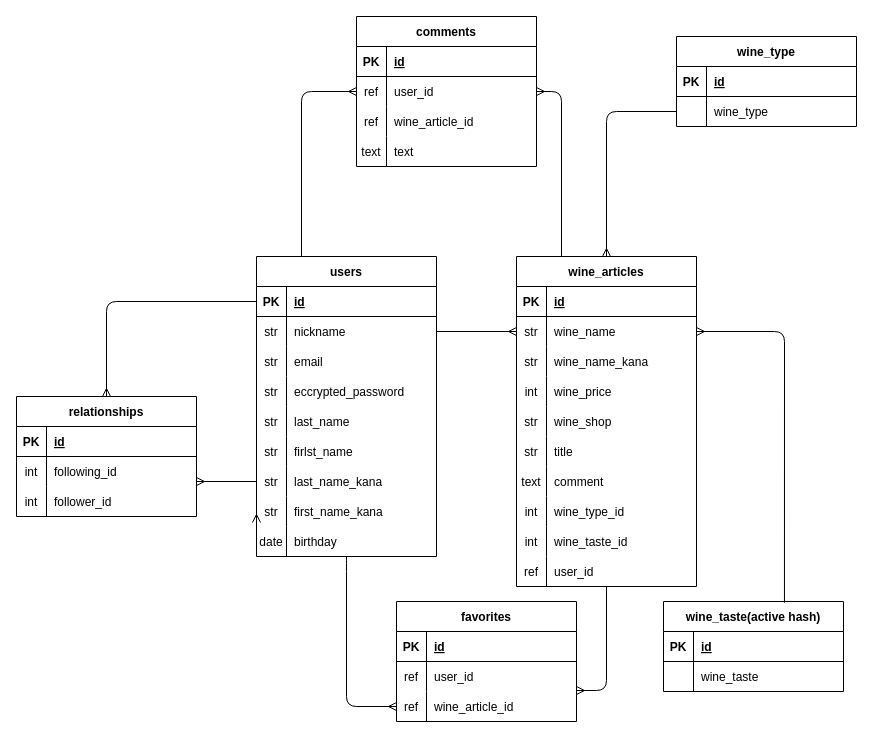
Before: app/views/wine-park-37082.dio in kzen23/wine-park-37082, a draw.io diagram. Source tidied: cells renumbered, new cells numbered last; positions are measured from the earlier drawing's top-left corner, leaving out a move shared by most shapes. Both pictures are drawn from the tidied source at 100%, with x=0, y=0 at pixel (16, 16).
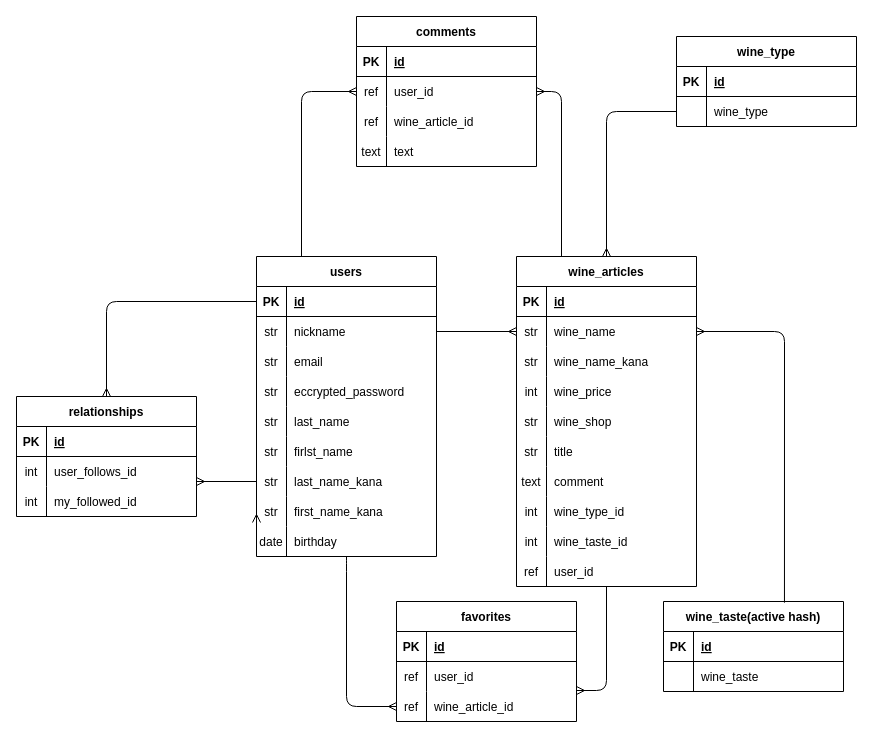
After the change.

Commit message (it also covers changes not shown here):
READ MEとER図の修正

・自分にとって分かりやすいと思うカラム名に変更。

Unchanged cells that the change refers to:
```xml
<mxCell id="37" style="shape=partialRectangle;fillColor=none;top=0;left=0;bottom=0;right=0;" parent="33" vertex="1">
  <mxGeometry y="60" width="180" height="30" as="geometry" />
</mxCell>
<mxCell id="40" style="shape=partialRectangle;fillColor=none;top=0;left=0;bottom=0;right=0;" parent="33" vertex="1">
  <mxGeometry y="90" width="180" height="30" as="geometry" />
</mxCell>
```

Diff of the diagram source:
```diff
@@
-    <mxCell id="39" value="following_id" style="shape=partialRectangle;fillColor=none;top=0;left=0;bottom=0;right=0;align=left;spacingLeft=6;overflow=hidden;" parent="37" vertex="1">
+    <mxCell id="39" value="user_follows_id" style="shape=partialRectangle;fillColor=none;top=0;left=0;bottom=0;right=0;align=left;spacingLeft=6;overflow=hidden;" parent="37" vertex="1">
       <mxGeometry x="30" width="150" height="30" as="geometry" />
     </mxCell>
@@
-    <mxCell id="42" value="follower_id" style="shape=partialRectangle;fillColor=none;top=0;left=0;bottom=0;right=0;align=left;spacingLeft=6;overflow=hidden;" parent="40" vertex="1">
+    <mxCell id="42" value="my_followed_id" style="shape=partialRectangle;fillColor=none;top=0;left=0;bottom=0;right=0;align=left;spacingLeft=6;overflow=hidden;" parent="40" vertex="1">
       <mxGeometry x="30" width="150" height="30" as="geometry" />
     </mxCell>
```
